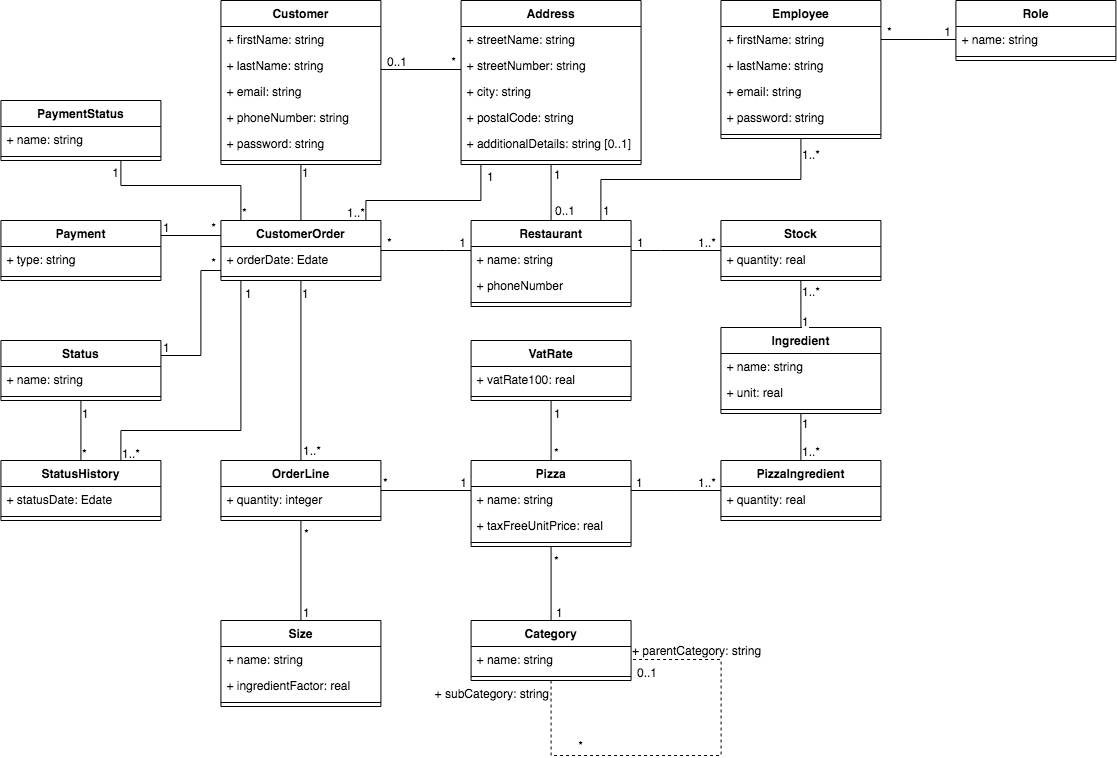
GuillaumeOj/DesignTechnicalSolution keeps this draw.io diagram as Diagrams/Class Diagram.png. Above is the earlier version. Source tidied: cells renumbered, new cells last; positions are measured from the earlier drawing's top-left corner, leaving out a move shared by most shapes.
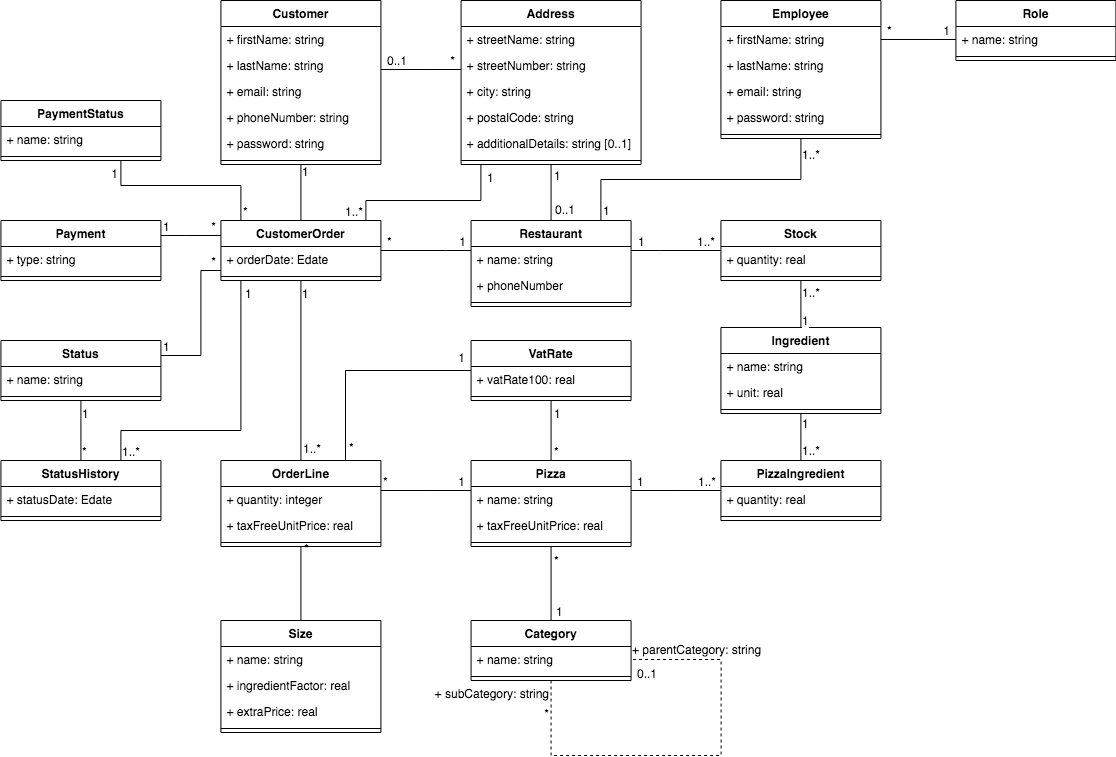
The same diagram one commit later.

Commit message:
Update class diagram

Change to the diagram source:
```diff
@@ -395,16 +395,19 @@
       </mxGeometry>
     </mxCell>
     <mxCell id="96" value="OrderLine" style="swimlane;fontStyle=1;align=center;verticalAlign=top;horizontal=1;startSize=26;" parent="1" vertex="1">
-      <mxGeometry x="220.4" y="460" width="160" height="60" as="geometry" />
+      <mxGeometry x="220.4" y="460" width="160" height="86" as="geometry" />
     </mxCell>
     <mxCell id="97" value="+ quantity: integer" style="text;strokeColor=none;fillColor=none;align=left;verticalAlign=top;spacingLeft=4;spacingRight=4;overflow=hidden;" parent="96" vertex="1">
       <mxGeometry y="26" width="160" height="26" as="geometry" />
     </mxCell>
+    <mxCell id="139" value="+ taxFreeUnitPrice: real" style="text;strokeColor=none;fillColor=none;align=left;verticalAlign=top;spacingLeft=4;spacingRight=4;overflow=hidden;" parent="96" vertex="1">
+      <mxGeometry y="52" width="160" height="26" as="geometry" />
+    </mxCell>
     <mxCell id="98" style="line;strokeWidth=1;fillColor=none;align=left;verticalAlign=middle;spacingTop=-1;spacingLeft=3;spacingRight=3;labelPosition=right;" parent="96" vertex="1">
-      <mxGeometry y="52" width="160" height="8" as="geometry" />
+      <mxGeometry y="78" width="160" height="8" as="geometry" />
     </mxCell>
     <mxCell id="99" value="Size" style="swimlane;fontStyle=1;align=center;verticalAlign=top;horizontal=1;startSize=26;" parent="1" vertex="1">
-      <mxGeometry x="220.4" y="620" width="160" height="86" as="geometry" />
+      <mxGeometry x="220.4" y="620" width="160" height="112" as="geometry" />
     </mxCell>
     <mxCell id="100" value="+ name: string" style="text;strokeColor=none;fillColor=none;align=left;verticalAlign=top;spacingLeft=4;spacingRight=4;overflow=hidden;" parent="99" vertex="1">
       <mxGeometry y="26" width="160" height="26" as="geometry" />
@@ -412,8 +415,11 @@
     <mxCell id="101" value="+ ingredientFactor: real" style="text;strokeColor=none;fillColor=none;align=left;verticalAlign=top;spacingLeft=4;spacingRight=4;overflow=hidden;" parent="99" vertex="1">
       <mxGeometry y="52" width="160" height="26" as="geometry" />
     </mxCell>
+    <mxCell id="140" value="+ extraPrice: real" style="text;strokeColor=none;fillColor=none;align=left;verticalAlign=top;spacingLeft=4;spacingRight=4;overflow=hidden;" parent="99" vertex="1">
+      <mxGeometry y="78" width="160" height="26" as="geometry" />
+    </mxCell>
     <mxCell id="102" style="line;strokeWidth=1;fillColor=none;align=left;verticalAlign=middle;spacingTop=-1;spacingLeft=3;spacingRight=3;labelPosition=right;" parent="99" vertex="1">
-      <mxGeometry y="78" width="160" height="8" as="geometry" />
+      <mxGeometry y="104" width="160" height="8" as="geometry" />
     </mxCell>
     <mxCell id="103" style="edgeStyle=orthogonalEdgeStyle;rounded=0;jettySize=auto;html=1;startFill=1;endArrow=none;endFill=0;" parent="1" edge="1" source="106" target="44">
       <mxGeometry relative="1" as="geometry">
@@ -581,5 +587,22 @@
     <mxCell id="138" style="line;strokeWidth=1;fillColor=none;align=left;verticalAlign=middle;spacingTop=-1;spacingLeft=3;spacingRight=3;labelPosition=right;" parent="136" vertex="1">
       <mxGeometry y="52" width="160" height="8" as="geometry" />
     </mxCell>
+    <mxCell id="141" style="edgeStyle=orthogonalEdgeStyle;rounded=0;jettySize=auto;html=1;startFill=1;endArrow=none;endFill=0;" parent="1" edge="1" source="82" target="96">
+      <mxGeometry relative="1" as="geometry">
+        <Array as="points">
+          <mxPoint x="345" y="370" />
+        </Array>
+      </mxGeometry>
+    </mxCell>
+    <mxCell id="142" value="1" style="text;html=1;align=right;verticalAlign=bottom;labelBackgroundColor=#ffffff;" parent="141" vertex="1">
+      <mxGeometry x="-0.25" y="1" relative="1" as="geometry">
+        <mxPoint x="75.1" y="-5" as="offset" />
+      </mxGeometry>
+    </mxCell>
+    <mxCell id="143" value="*" style="text;html=1;align=left;verticalAlign=bottom;labelBackgroundColor=#ffffff;" parent="141" vertex="1">
+      <mxGeometry x="0.53" y="-1" relative="1" as="geometry">
+        <mxPoint x="2.9" y="46.7" as="offset" />
+      </mxGeometry>
+    </mxCell>
   </root>
 </mxGraphModel>
```
